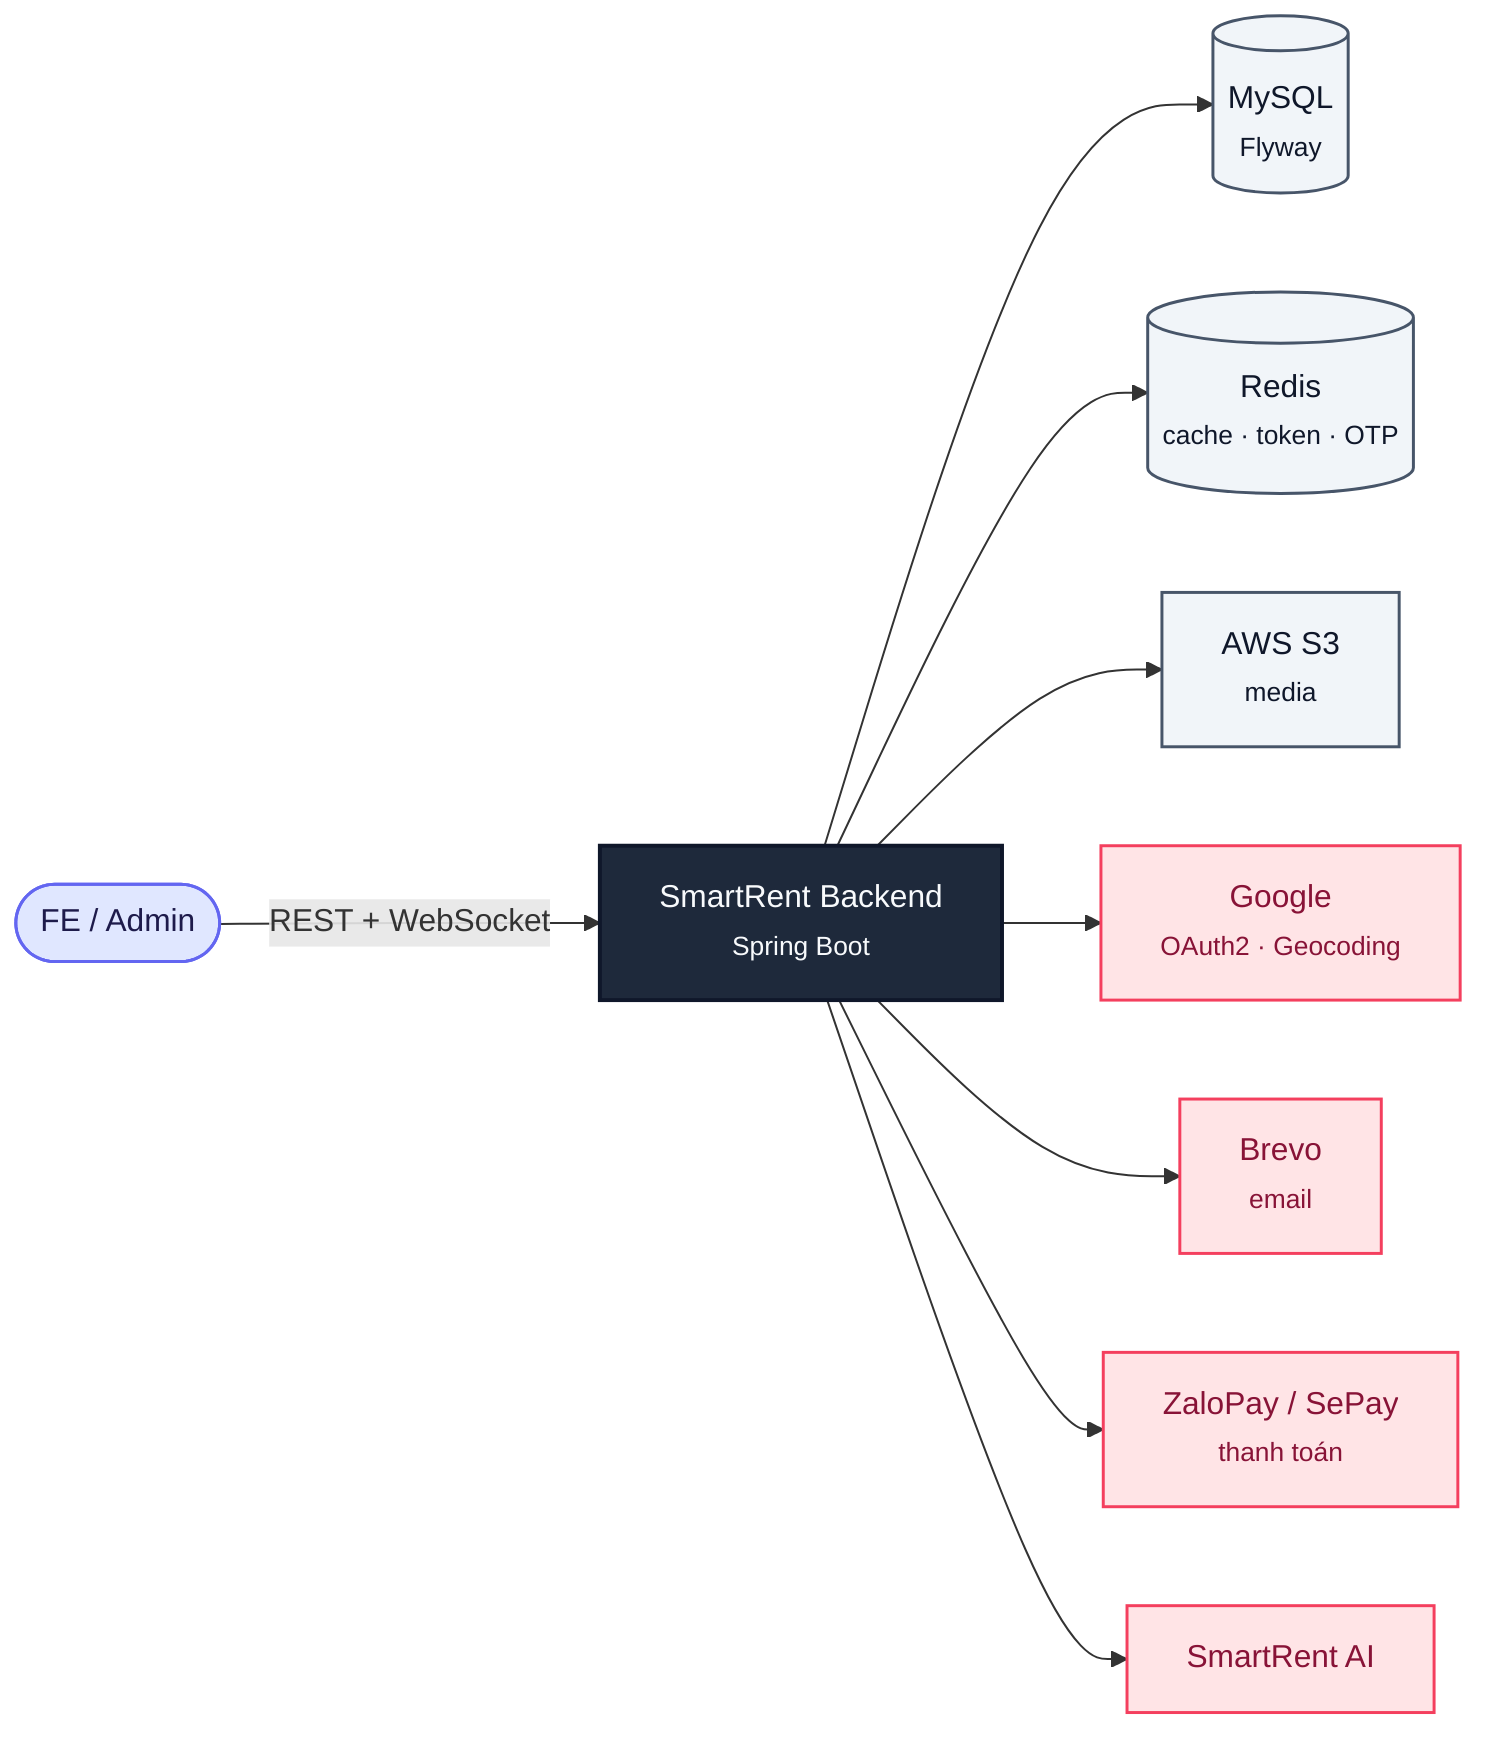
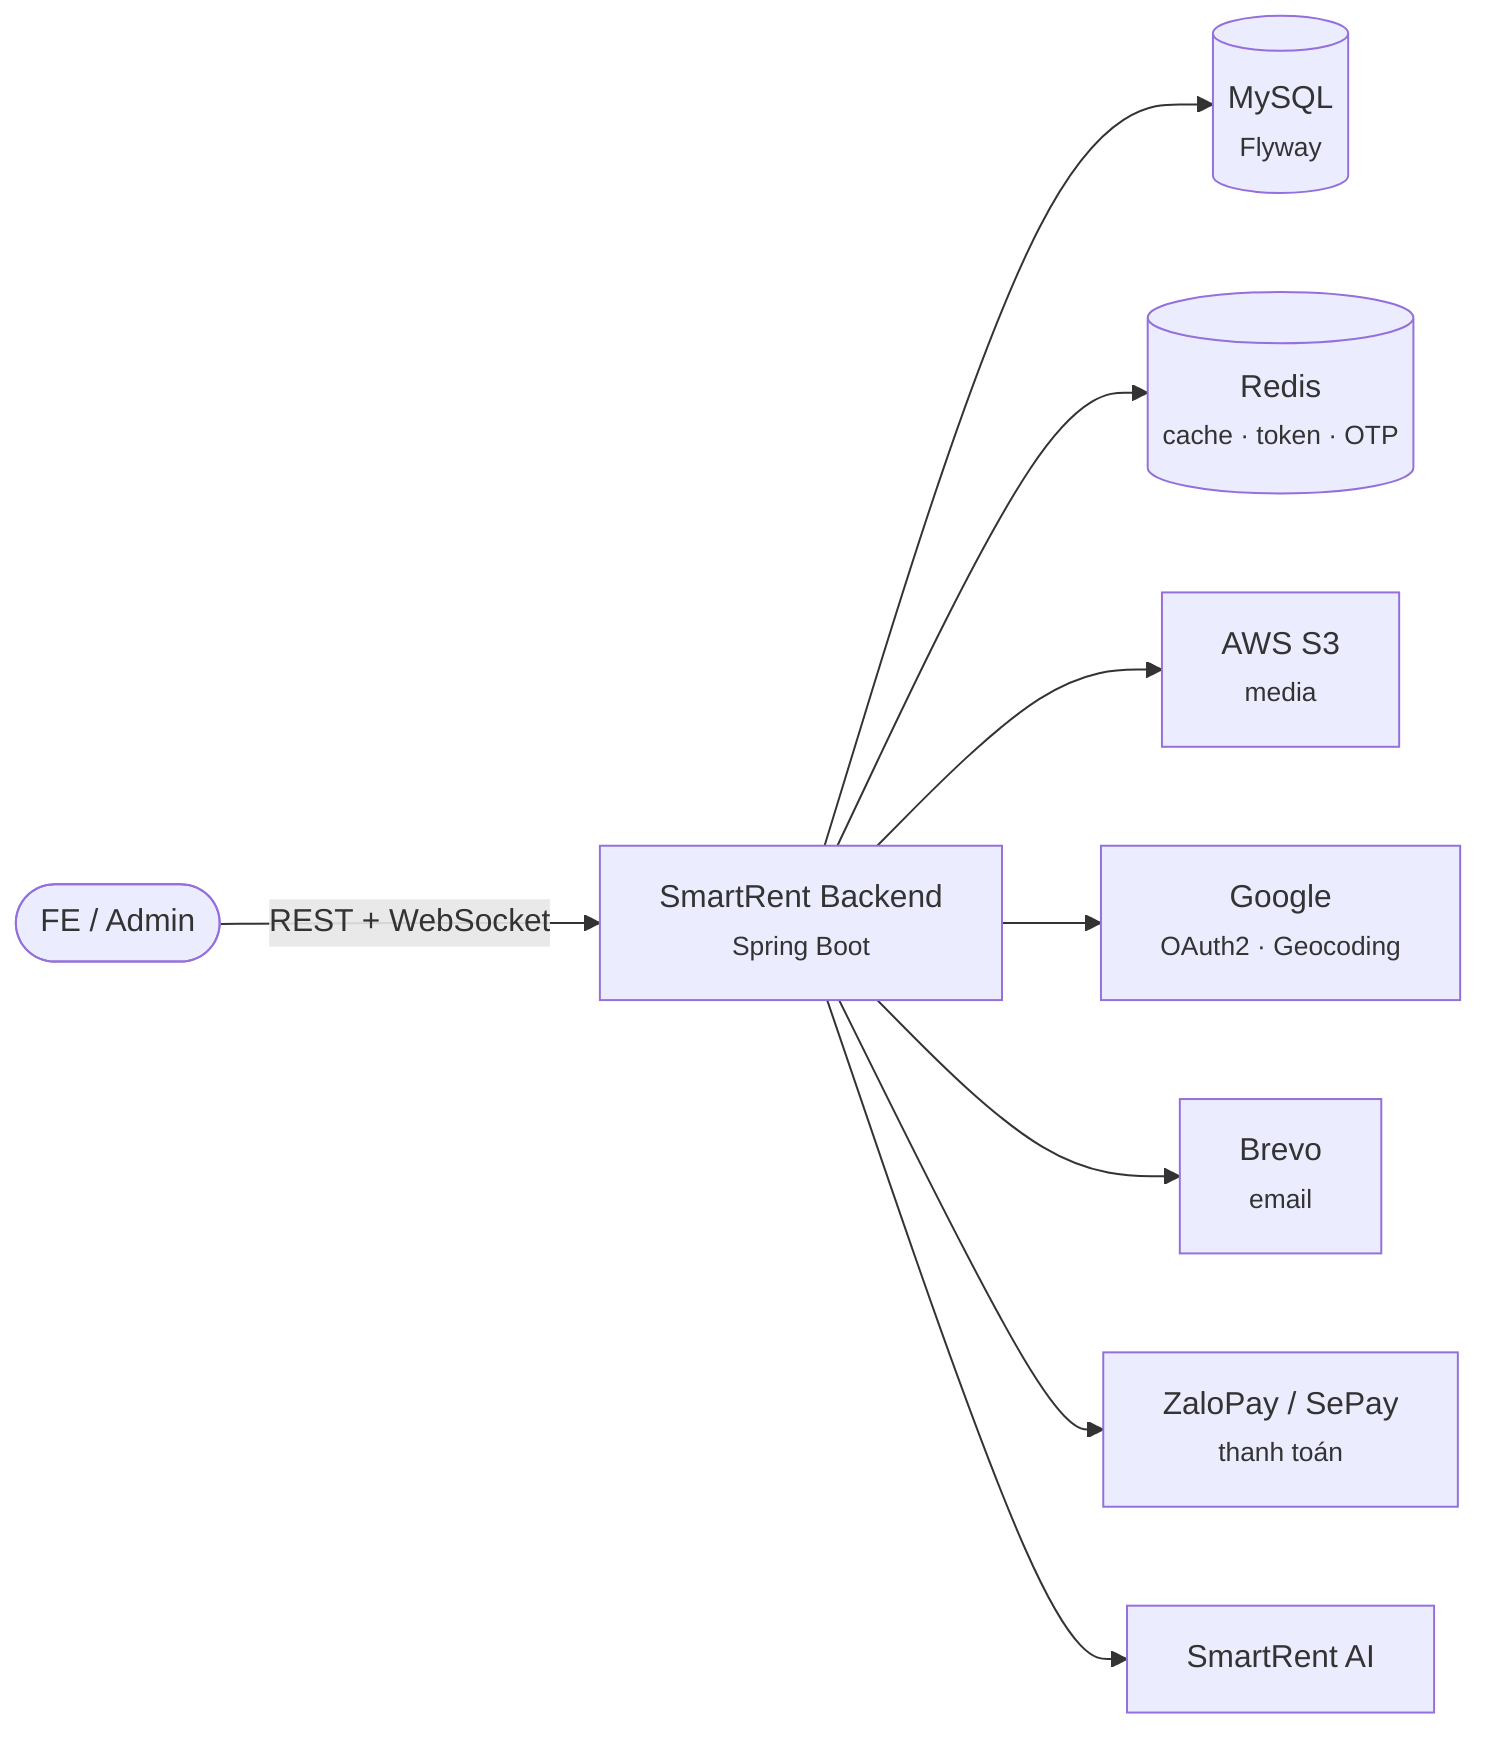
flowchart LR
 FE(["FE / Admin"]) -->|REST + WebSocket| BE
 BE["SmartRent Backend<br/><small>Spring Boot</small>"]
 BE --> DB[("MySQL<br/><small>Flyway</small>")]
 BE --> Redis[("Redis<br/><small>cache · token · OTP</small>")]
 BE --> S3["AWS S3<br/><small>media</small>"]
 BE --> Google["Google<br/><small>OAuth2 · Geocoding</small>"]
 BE --> Brevo["Brevo<br/><small>email</small>"]
 BE --> Pay["ZaloPay / SePay<br/><small>thanh toán</small>"]
 BE --> AI["SmartRent AI"]
- 
-  classDef fe fill:#e0e7ff,stroke:#6366f1,color:#1e1b4b,stroke-width:1.5px
-  classDef be fill:#1e293b,stroke:#0f172a,color:#f8fafc,stroke-width:2px
-  classDef store fill:#f1f5f9,stroke:#475569,color:#0f172a,stroke-width:1.5px
-  classDef ext fill:#ffe4e6,stroke:#f43f5e,color:#881337,stroke-width:1.5px
-  class FE fe
-  class BE be
-  class DB,Redis,S3 store
-  class Google,Brevo,Pay,AI ext
